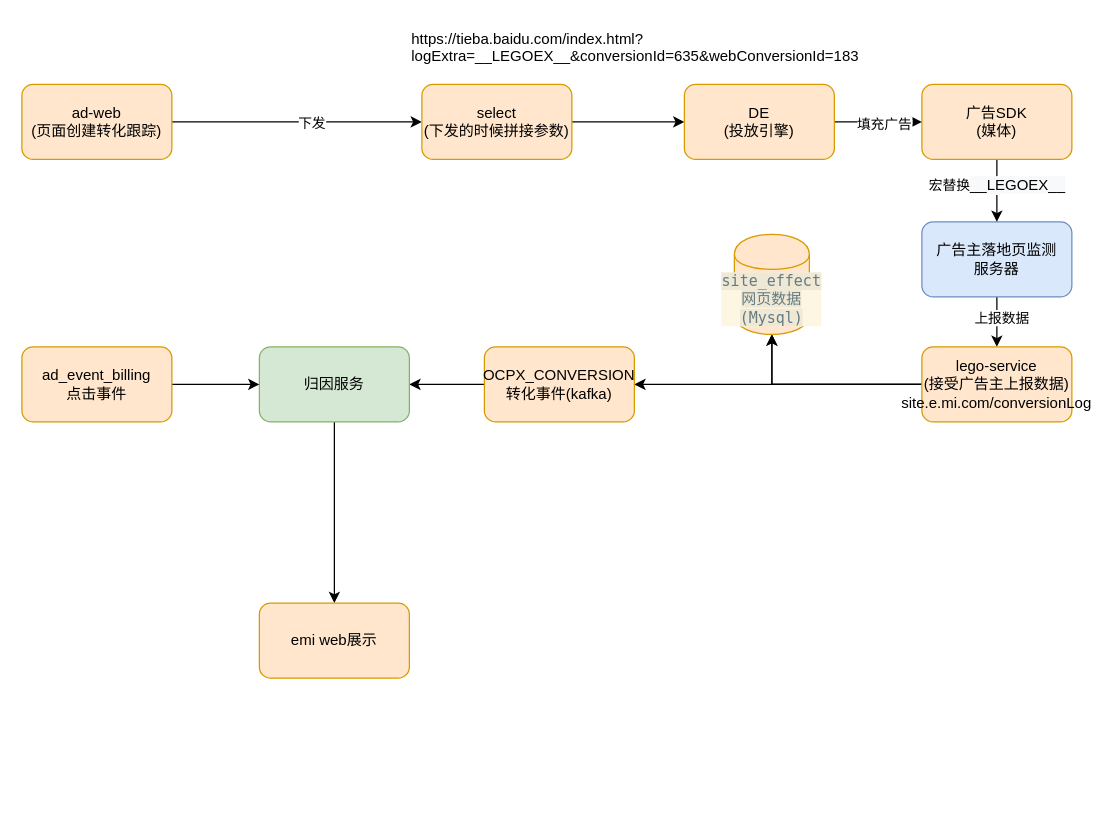
hehan-wang/drawio keeps this draw.io diagram as page "线索API上报数据流" (3 of 4) of emi归因数据流.drawio. Above is the earlier version. Source tidied: cells renumbered, new cells numbered last; positions are measured from the earlier drawing's top-left corner, leaving out a move shared by most shapes. Both pictures are drawn from the tidied source at 125%, with x=0, y=0 at pixel (21, 21).
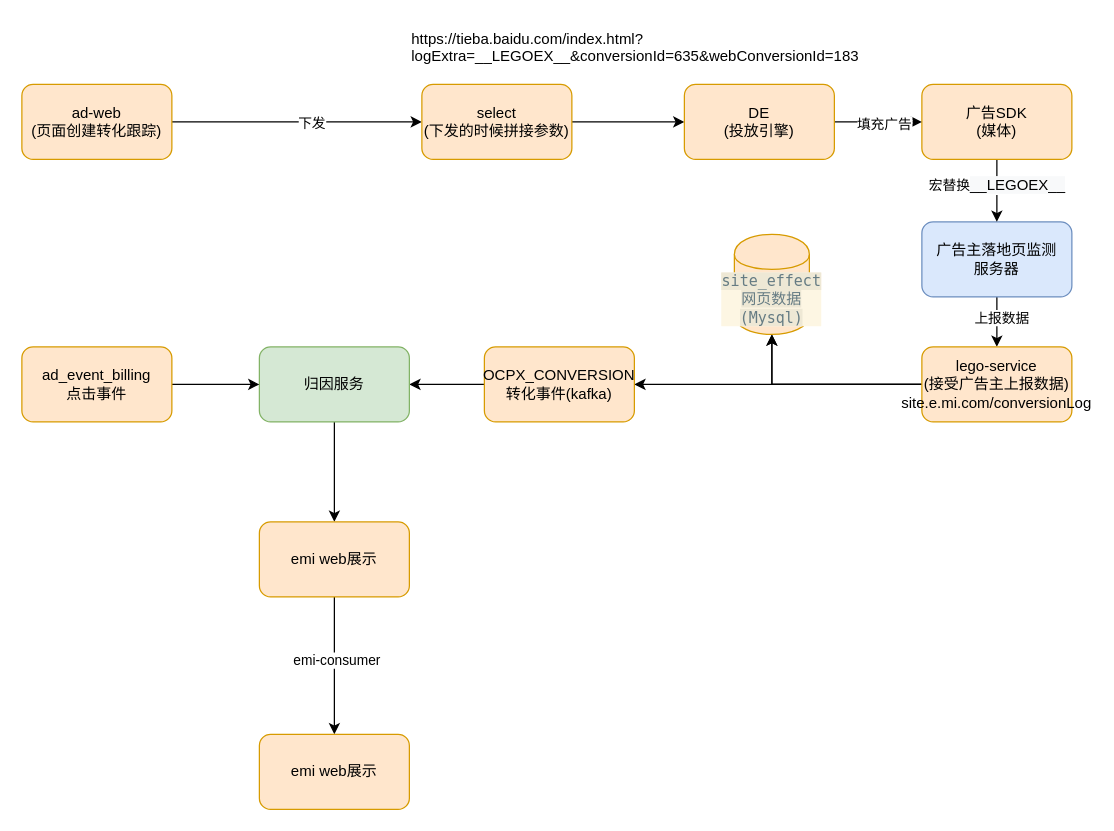
Above is the later version.

Commit message:
Update emi归因数据流.drawio

Diff of the diagram source:
```diff
@@
+    <mxCell id="29" style="edgeStyle=orthogonalEdgeStyle;rounded=0;jettySize=auto;html=1;entryX=0.5;entryY=0;entryDx=0;entryDy=0;" parent="1" edge="1" source="26" target="31">
+      <mxGeometry relative="1" as="geometry" />
+    </mxCell>
+    <mxCell id="30" value="emi-consumer" style="edgeLabel;html=1;align=center;verticalAlign=middle;" parent="29" vertex="1">
+      <mxGeometry x="-0.09" y="1" relative="1" as="geometry" />
+    </mxCell>
     <mxCell id="26" value="emi web展示" style="rounded=1;whiteSpace=wrap;html=1;fillColor=#ffe6cc;strokeColor=#d79b00;" parent="1" vertex="1">
-      <mxGeometry x="190" y="465" width="120" height="60" as="geometry" />
+      <mxGeometry x="190" y="400" width="120" height="60" as="geometry" />
     </mxCell>
@@
+    <mxCell id="31" value="emi web展示" style="rounded=1;whiteSpace=wrap;html=1;fillColor=#ffe6cc;strokeColor=#d79b00;" parent="1" vertex="1">
+      <mxGeometry x="190" y="570" width="120" height="60" as="geometry" />
+    </mxCell>
```
